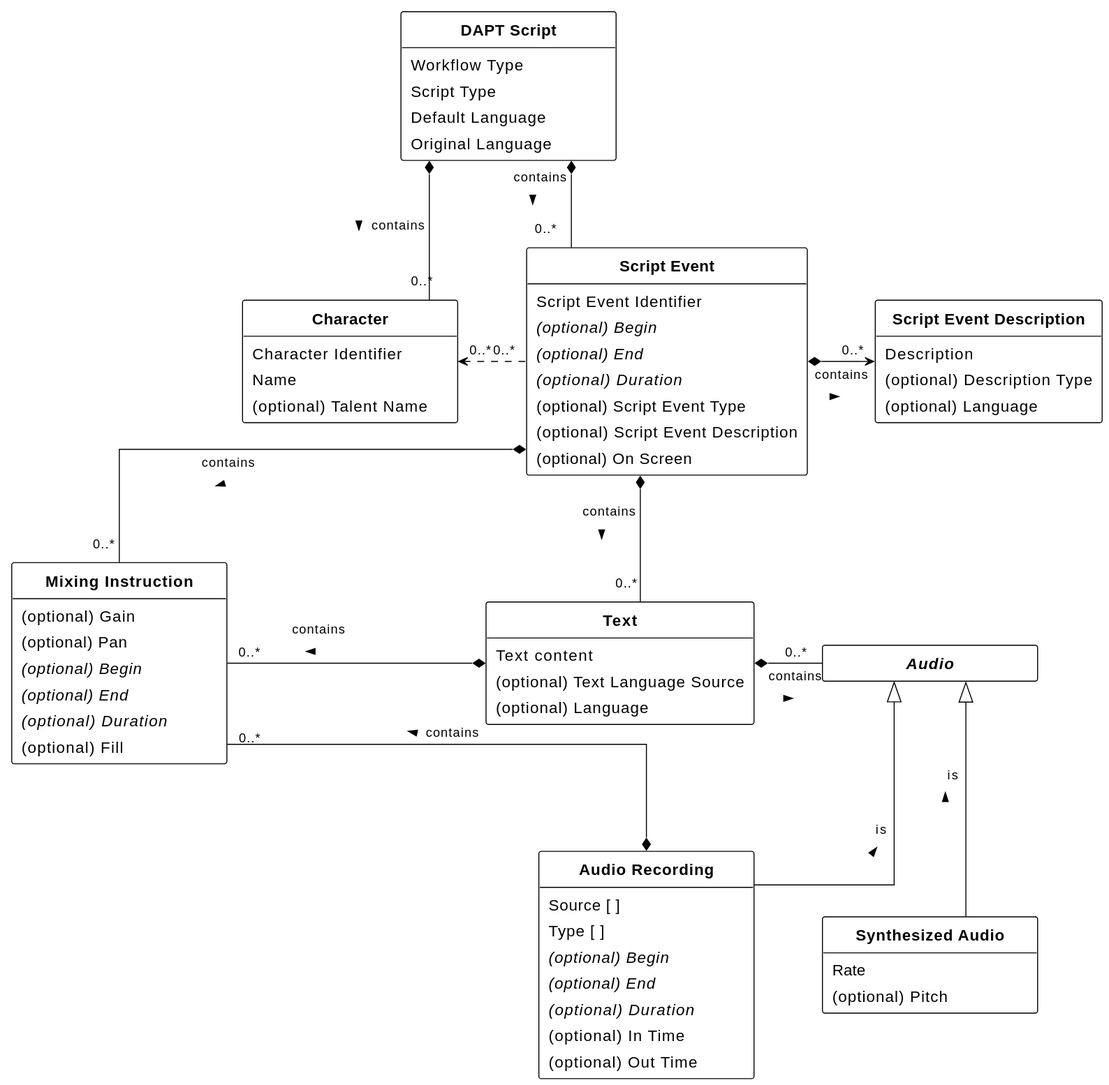
This is figures/class-diagram.svg from w3c/dapt, a PlantUML export, as it was before one commit.
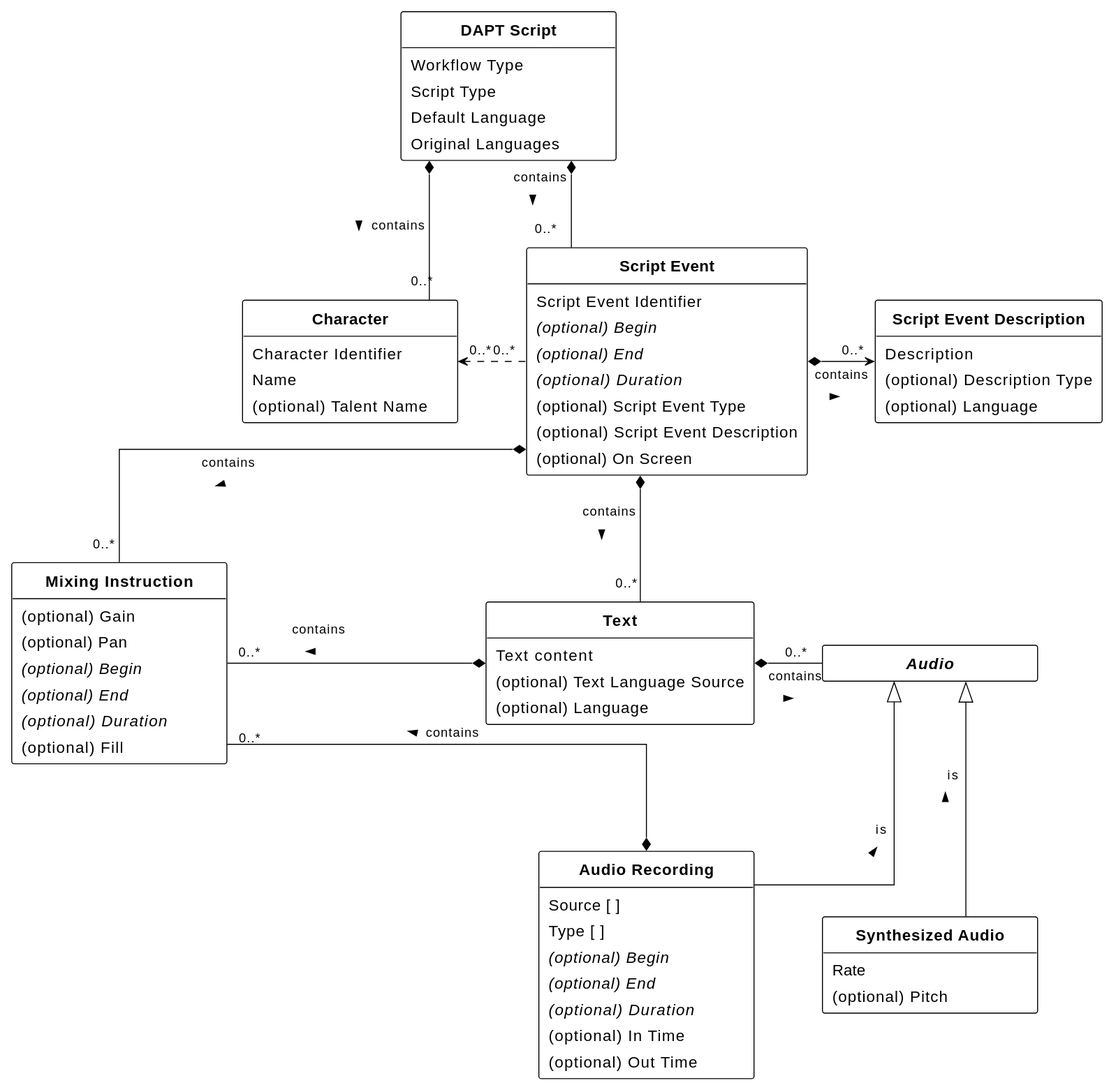
The same diagram one commit later.

What changed in the source:
```diff
@@ -15,7 +15,7 @@
     Workflow Type [[[#workflow-type]]]
     Script Type [[[#script-type]]]
     Default Language [[[#default-language]]]
-    Original Language [[[#original-language]]]
+    Original Languages [[[#original-languages]]]
 }
 
 together {
```
